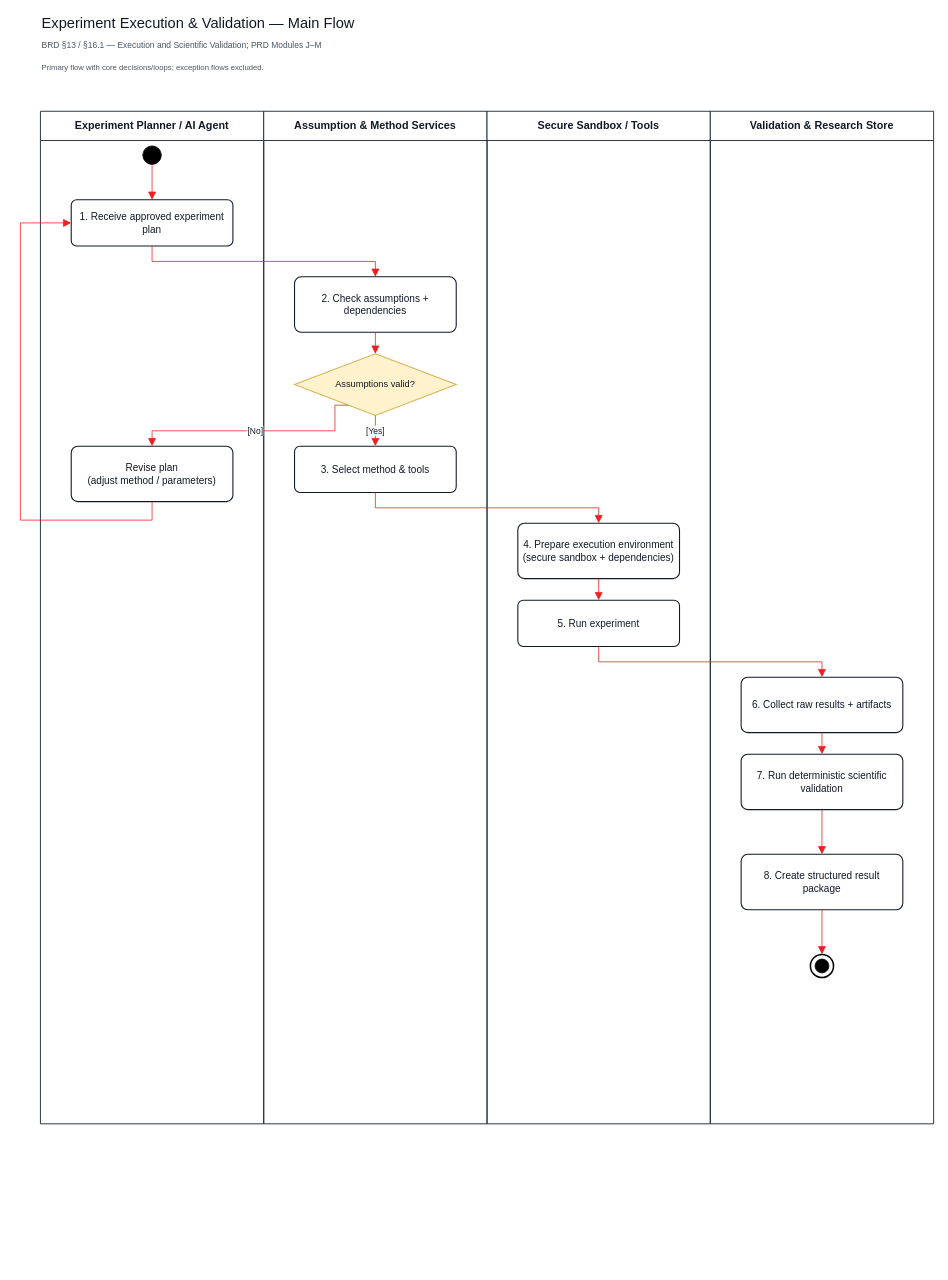
Before: page "Experiment Execution & Validation — Main Flow" (4 of 11) of diagrams/activity-diagrams/AI-Research-Experimentation-Platform-Activity-Main-Flows.drawio in capstone-project-beyond8/capstone-project-docs, a draw.io diagram. Source tidied: cells renumbered, new cells numbered last; positions are measured from the earlier drawing's top-left corner, leaving out a move shared by most shapes. Both pictures are drawn from the tidied source at 77%, with x=0, y=0 at pixel (20, 13).
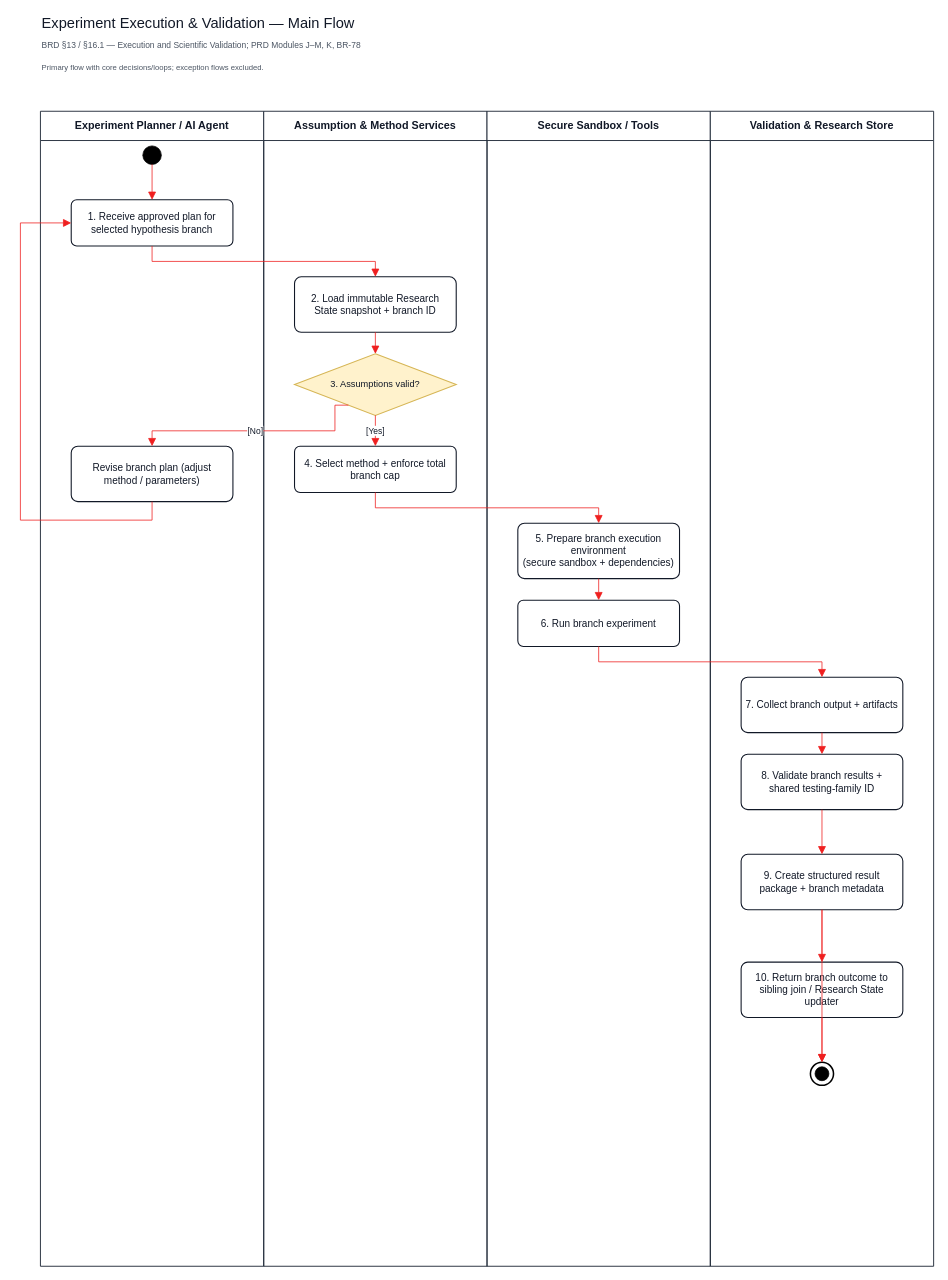
Above is the later version.

The edit, as a diff of the source:
```diff
@@
-    <mxCell id="3" value="BRD §13 / §16.1 — Execution and Scientific Validation; PRD Modules J–M" style="text;html=1;whiteSpace=wrap;align=left;verticalAlign=middle;fontColor=#4b5563;fontFamily=Helvetica;fontSize=11;" parent="1" vertex="1">
+    <mxCell id="3" value="BRD §13 / §16.1 — Execution and Scientific Validation; PRD Modules J–M, K, BR-78" style="text;html=1;whiteSpace=wrap;align=left;verticalAlign=middle;fontColor=#4b5563;fontFamily=Helvetica;fontSize=11;" parent="1" vertex="1">
       <mxGeometry x="26" y="30" width="1160" height="22" as="geometry" />
     </mxCell>
@@
     <mxCell id="5" value="Experiment Planner / AI Agent" style="swimlane;html=1;horizontal=1;startSize=38;whiteSpace=wrap;fillColor=#ffffff;strokeColor=#1f2937;strokeWidth=1.2;fontColor=#111827;fontFamily=Helvetica;fontSize=14;fontStyle=1;" parent="1" vertex="1">
-      <mxGeometry x="26" y="127" width="290" height="1315" as="geometry" />
+      <mxGeometry x="26" y="127" width="290" height="1500" as="geometry" />
     </mxCell>
@@
-    <mxCell id="7" value="1. Receive approved experiment plan" style="rounded=1;arcSize=12;whiteSpace=wrap;html=1;align=center;verticalAlign=middle;fillColor=#ffffff;strokeColor=#111827;strokeWidth=1.4;fontColor=#111827;fontFamily=Helvetica;fontSize=13;spacing=6;" parent="5" vertex="1">
+    <mxCell id="7" value="1. Receive approved plan for selected hypothesis branch" style="rounded=1;arcSize=12;whiteSpace=wrap;html=1;align=center;verticalAlign=middle;fillColor=#ffffff;strokeColor=#111827;strokeWidth=1.4;fontColor=#111827;fontFamily=Helvetica;fontSize=13;spacing=6;" parent="5" vertex="1">
       <mxGeometry x="40" y="115" width="210" height="60" as="geometry" />
     </mxCell>
-    <mxCell id="8" value="Revise plan&lt;br&gt;(adjust method / parameters)" style="rounded=1;arcSize=12;whiteSpace=wrap;html=1;align=center;verticalAlign=middle;fillColor=#ffffff;strokeColor=#111827;strokeWidth=1.4;fontColor=#111827;fontFamily=Helvetica;fontSize=13;spacing=6;" parent="5" vertex="1">
+    <mxCell id="8" value="Revise branch plan (adjust method / parameters)" style="rounded=1;arcSize=12;whiteSpace=wrap;html=1;align=center;verticalAlign=middle;fillColor=#ffffff;strokeColor=#111827;strokeWidth=1.4;fontColor=#111827;fontFamily=Helvetica;fontSize=13;spacing=6;" parent="5" vertex="1">
       <mxGeometry x="40" y="435" width="210" height="72" as="geometry" />
     </mxCell>
     <mxCell id="9" value="Assumption &amp; Method Services" style="swimlane;html=1;horizontal=1;startSize=38;whiteSpace=wrap;fillColor=#ffffff;strokeColor=#1f2937;strokeWidth=1.2;fontColor=#111827;fontFamily=Helvetica;fontSize=14;fontStyle=1;" parent="1" vertex="1">
-      <mxGeometry x="316" y="127" width="290" height="1315" as="geometry" />
+      <mxGeometry x="316" y="127" width="290" height="1500" as="geometry" />
     </mxCell>
-    <mxCell id="10" value="2. Check assumptions + dependencies" style="rounded=1;arcSize=12;whiteSpace=wrap;html=1;align=center;verticalAlign=middle;fillColor=#ffffff;strokeColor=#111827;strokeWidth=1.4;fontColor=#111827;fontFamily=Helvetica;fontSize=13;spacing=6;" parent="9" vertex="1">
+    <mxCell id="10" value="2. Load immutable Research State snapshot + branch ID" style="rounded=1;arcSize=12;whiteSpace=wrap;html=1;align=center;verticalAlign=middle;fillColor=#ffffff;strokeColor=#111827;strokeWidth=1.4;fontColor=#111827;fontFamily=Helvetica;fontSize=13;spacing=6;" parent="9" vertex="1">
       <mxGeometry x="40" y="215" width="210" height="72" as="geometry" />
     </mxCell>
-    <mxCell id="11" value="Assumptions valid?" style="rhombus;whiteSpace=wrap;html=1;align=center;verticalAlign=middle;fillColor=#fff2cc;strokeColor=#d6b656;strokeWidth=1.4;fontColor=#111827;fontFamily=Helvetica;fontSize=12;spacing=4;" parent="9" vertex="1">
+    <mxCell id="11" value="3. Assumptions valid?" style="rhombus;whiteSpace=wrap;html=1;align=center;verticalAlign=middle;fillColor=#fff2cc;strokeColor=#d6b656;strokeWidth=1.4;fontColor=#111827;fontFamily=Helvetica;fontSize=12;spacing=4;" parent="9" vertex="1">
       <mxGeometry x="40" y="315" width="210" height="80" as="geometry" />
     </mxCell>
-    <mxCell id="12" value="3. Select method &amp; tools" style="rounded=1;arcSize=12;whiteSpace=wrap;html=1;align=center;verticalAlign=middle;fillColor=#ffffff;strokeColor=#111827;strokeWidth=1.4;fontColor=#111827;fontFamily=Helvetica;fontSize=13;spacing=6;" parent="9" vertex="1">
+    <mxCell id="12" value="4. Select method + enforce total branch cap" style="rounded=1;arcSize=12;whiteSpace=wrap;html=1;align=center;verticalAlign=middle;fillColor=#ffffff;strokeColor=#111827;strokeWidth=1.4;fontColor=#111827;fontFamily=Helvetica;fontSize=13;spacing=6;" parent="9" vertex="1">
       <mxGeometry x="40" y="435" width="210" height="60" as="geometry" />
     </mxCell>
     <mxCell id="13" value="Secure Sandbox / Tools" style="swimlane;html=1;horizontal=1;startSize=38;whiteSpace=wrap;fillColor=#ffffff;strokeColor=#1f2937;strokeWidth=1.2;fontColor=#111827;fontFamily=Helvetica;fontSize=14;fontStyle=1;" parent="1" vertex="1">
-      <mxGeometry x="606" y="127" width="290" height="1315" as="geometry" />
+      <mxGeometry x="606" y="127" width="290" height="1500" as="geometry" />
     </mxCell>
-    <mxCell id="14" value="4. Prepare execution environment&lt;br&gt;(secure sandbox + dependencies)" style="rounded=1;arcSize=12;whiteSpace=wrap;html=1;align=center;verticalAlign=middle;fillColor=#ffffff;strokeColor=#111827;strokeWidth=1.4;fontColor=#111827;fontFamily=Helvetica;fontSize=13;spacing=6;" parent="13" vertex="1">
+    <mxCell id="14" value="5. Prepare branch execution environment&lt;br&gt;(secure sandbox + dependencies)" style="rounded=1;arcSize=12;whiteSpace=wrap;html=1;align=center;verticalAlign=middle;fillColor=#ffffff;strokeColor=#111827;strokeWidth=1.4;fontColor=#111827;fontFamily=Helvetica;fontSize=13;spacing=6;" parent="13" vertex="1">
       <mxGeometry x="40" y="535" width="210" height="72" as="geometry" />
     </mxCell>
-    <mxCell id="15" value="5. Run experiment" style="rounded=1;arcSize=12;whiteSpace=wrap;html=1;align=center;verticalAlign=middle;fillColor=#ffffff;strokeColor=#111827;strokeWidth=1.4;fontColor=#111827;fontFamily=Helvetica;fontSize=13;spacing=6;" parent="13" vertex="1">
+    <mxCell id="15" value="6. Run branch experiment" style="rounded=1;arcSize=12;whiteSpace=wrap;html=1;align=center;verticalAlign=middle;fillColor=#ffffff;strokeColor=#111827;strokeWidth=1.4;fontColor=#111827;fontFamily=Helvetica;fontSize=13;spacing=6;" parent="13" vertex="1">
       <mxGeometry x="40" y="635" width="210" height="60" as="geometry" />
     </mxCell>
     <mxCell id="16" value="Validation &amp; Research Store" style="swimlane;html=1;horizontal=1;startSize=38;whiteSpace=wrap;fillColor=#ffffff;strokeColor=#1f2937;strokeWidth=1.2;fontColor=#111827;fontFamily=Helvetica;fontSize=14;fontStyle=1;" parent="1" vertex="1">
-      <mxGeometry x="896" y="127" width="290" height="1315" as="geometry" />
+      <mxGeometry x="896" y="127" width="290" height="1500" as="geometry" />
     </mxCell>
-    <mxCell id="17" value="6. Collect raw results + artifacts" style="rounded=1;arcSize=12;whiteSpace=wrap;html=1;align=center;verticalAlign=middle;fillColor=#ffffff;strokeColor=#111827;strokeWidth=1.4;fontColor=#111827;fontFamily=Helvetica;fontSize=13;spacing=6;" parent="16" vertex="1">
+    <mxCell id="17" value="7. Collect branch output + artifacts" style="rounded=1;arcSize=12;whiteSpace=wrap;html=1;align=center;verticalAlign=middle;fillColor=#ffffff;strokeColor=#111827;strokeWidth=1.4;fontColor=#111827;fontFamily=Helvetica;fontSize=13;spacing=6;" parent="16" vertex="1">
       <mxGeometry x="40" y="735" width="210" height="72" as="geometry" />
     </mxCell>
-    <mxCell id="18" value="7. Run deterministic scientific validation" style="rounded=1;arcSize=12;whiteSpace=wrap;html=1;align=center;verticalAlign=middle;fillColor=#ffffff;strokeColor=#111827;strokeWidth=1.4;fontColor=#111827;fontFamily=Helvetica;fontSize=13;spacing=6;" parent="16" vertex="1">
+    <mxCell id="18" value="8. Validate branch results + shared testing-family ID" style="rounded=1;arcSize=12;whiteSpace=wrap;html=1;align=center;verticalAlign=middle;fillColor=#ffffff;strokeColor=#111827;strokeWidth=1.4;fontColor=#111827;fontFamily=Helvetica;fontSize=13;spacing=6;" parent="16" vertex="1">
       <mxGeometry x="40" y="835" width="210" height="72" as="geometry" />
     </mxCell>
-    <mxCell id="19" value="8. Create structured result package" style="rounded=1;arcSize=12;whiteSpace=wrap;html=1;align=center;verticalAlign=middle;fillColor=#ffffff;strokeColor=#111827;strokeWidth=1.4;fontColor=#111827;fontFamily=Helvetica;fontSize=13;spacing=6;" parent="16" vertex="1">
+    <mxCell id="19" value="9. Create structured result package + branch metadata" style="rounded=1;arcSize=12;whiteSpace=wrap;html=1;align=center;verticalAlign=middle;fillColor=#ffffff;strokeColor=#111827;strokeWidth=1.4;fontColor=#111827;fontFamily=Helvetica;fontSize=13;spacing=6;" parent="16" vertex="1">
       <mxGeometry x="40" y="965" width="210" height="72" as="geometry" />
     </mxCell>
     <mxCell id="20" style="ellipse;html=1;fillColor=#ffffff;strokeColor=#000000;strokeWidth=2;" parent="16" vertex="1">
-      <mxGeometry x="130" y="1095" width="30" height="30" as="geometry" />
+      <mxGeometry x="130" y="1235" width="30" height="30" as="geometry" />
     </mxCell>
@@
+    <mxCell id="34" value="10. Return branch outcome to sibling join / Research State updater" style="rounded=1;arcSize=12;whiteSpace=wrap;html=1;align=center;verticalAlign=middle;fillColor=#ffffff;strokeColor=#111827;strokeWidth=1.4;fontColor=#111827;fontFamily=Helvetica;fontSize=13;spacing=6;" parent="16" vertex="1">
+      <mxGeometry x="40" y="1105" width="210" height="72" as="geometry" />
+    </mxCell>
@@
+    <mxCell id="35" style="edgeStyle=orthogonalEdgeStyle;rounded=0;jettySize=auto;html=1;endArrow=block;endSize=8;endFill=1;strokeColor=#ef1f1f;fontColor=#111827;fontFamily=Helvetica;fontSize=11;labelBackgroundColor=#ffffff;exitX=0.5;exitY=1.0;exitDx=0;exitDy=0;entryX=0.5;entryY=0.0;entryDx=0;entryDy=0;" parent="1" edge="1" source="19" target="34">
+      <mxGeometry relative="1" as="geometry" />
+    </mxCell>
+    <mxCell id="36" style="edgeStyle=orthogonalEdgeStyle;rounded=0;jettySize=auto;html=1;endArrow=block;endSize=8;endFill=1;strokeColor=#ef1f1f;fontColor=#111827;fontFamily=Helvetica;fontSize=11;labelBackgroundColor=#ffffff;exitX=0.5;exitY=1.0;exitDx=0;exitDy=0;entryX=0.5;entryY=0.0;entryDx=0;entryDy=0;" parent="1" edge="1" source="34" target="20">
+      <mxGeometry relative="1" as="geometry" />
+    </mxCell>
```
